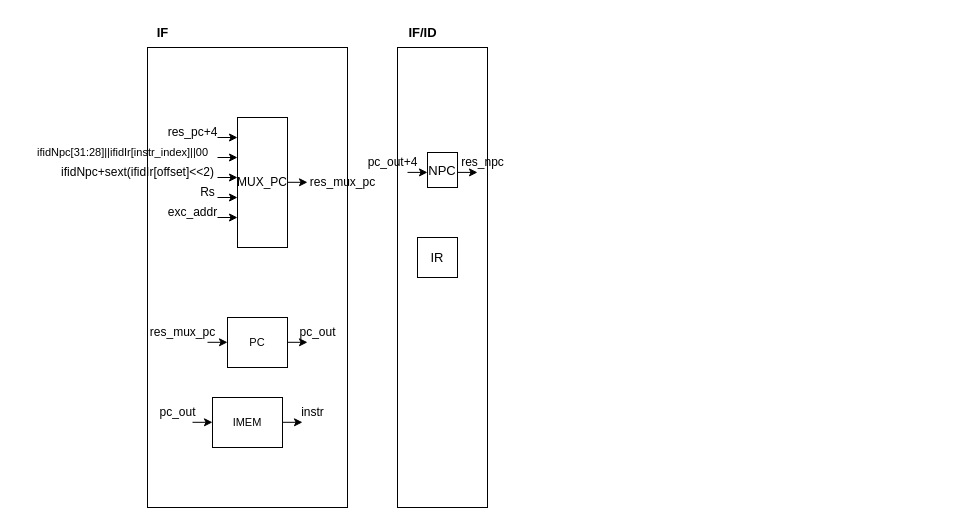
Before: 未命名绘图.drawio in Raxio-Z/VGA_Game, a draw.io diagram. Source tidied: cells renumbered, new cells numbered last; positions are measured from the earlier drawing's top-left corner, leaving out a move shared by most shapes. Both pictures are drawn from the tidied source at 100%, with x=0, y=0 at pixel (17, 17).
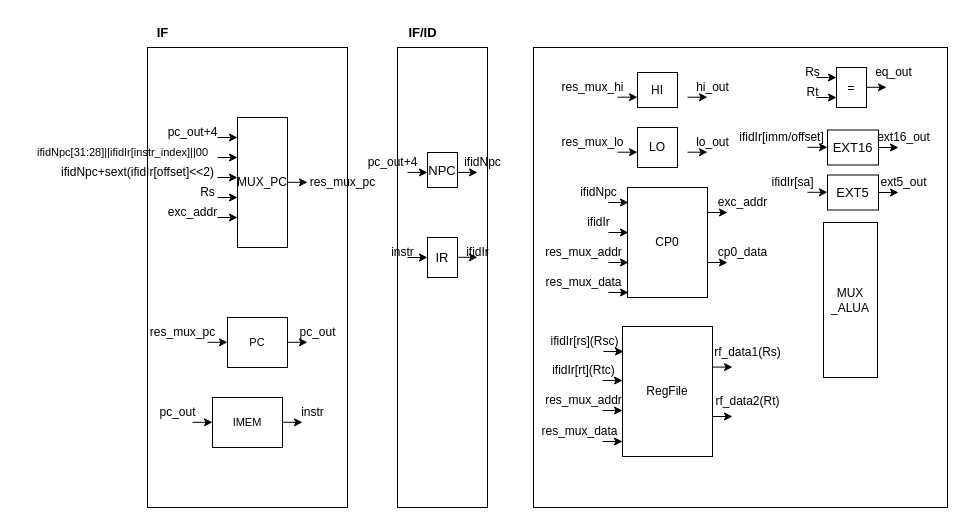
The same page after the edit.

Commit message (it also covers changes not shown here):
更新未命名绘图.drawio

Diff of the diagram source:
```diff
@@
-    <mxCell id="5" value="res_pc+4" style="text;html=1;align=center;verticalAlign=middle;fillColor=none;strokeColor=none;rounded=0;" parent="1" vertex="1">
+    <mxCell id="5" value="pc_out+4" style="text;html=1;align=center;verticalAlign=middle;fillColor=none;strokeColor=none;rounded=0;" parent="1" vertex="1">
       <mxGeometry x="140" y="100" width="70" height="30" as="geometry" />
     </mxCell>
@@
-    <mxCell id="33" value="res_npc" style="text;html=1;align=center;verticalAlign=middle;fillColor=none;strokeColor=none;rounded=0;" parent="1" vertex="1">
-      <mxGeometry x="430" y="130" width="70" height="30" as="geometry" />
+    <mxCell id="33" value="ifidNpc" style="text;html=1;align=center;verticalAlign=middle;fillColor=none;strokeColor=none;rounded=0;" parent="1" vertex="1">
+      <mxGeometry x="435" y="130" width="60" height="30" as="geometry" />
     </mxCell>
     <mxCell id="34" value="IR" style="rounded=0;whiteSpace=wrap;html=1;fontSize=13;" parent="1" vertex="1">
-      <mxGeometry x="400" y="220" width="40" height="40" as="geometry" />
+      <mxGeometry x="410" y="220" width="30" height="40" as="geometry" />
     </mxCell>
+    <mxCell id="35" style="edgeStyle=none;orthogonalLoop=1;jettySize=auto;html=1;rounded=0;" parent="1" edge="1">
+      <mxGeometry relative="1" as="geometry">
+        <mxPoint x="390" y="240" as="sourcePoint" />
+        <mxPoint x="410" y="240" as="targetPoint" />
+      </mxGeometry>
+    </mxCell>
+    <mxCell id="36" value="instr" style="text;html=1;align=center;verticalAlign=middle;fillColor=none;strokeColor=none;rounded=0;" parent="1" vertex="1">
+      <mxGeometry x="360" y="220" width="50" height="30" as="geometry" />
+    </mxCell>
+    <mxCell id="37" style="edgeStyle=none;orthogonalLoop=1;jettySize=auto;html=1;rounded=0;" parent="1" edge="1">
+      <mxGeometry relative="1" as="geometry">
+        <mxPoint x="440" y="239.8" as="sourcePoint" />
+        <mxPoint x="460" y="239.8" as="targetPoint" />
+      </mxGeometry>
+    </mxCell>
+    <mxCell id="38" value="ifidIr" style="text;html=1;align=center;verticalAlign=middle;fillColor=none;strokeColor=none;rounded=0;" parent="1" vertex="1">
+      <mxGeometry x="435" y="220" width="50" height="30" as="geometry" />
+    </mxCell>
+    <mxCell id="39" style="rounded=0;whiteSpace=wrap;html=1;" parent="1" vertex="1">
+      <mxGeometry x="516" y="30" width="414" height="460" as="geometry" />
+    </mxCell>
+    <mxCell id="40" value="=" style="rounded=0;whiteSpace=wrap;html=1;fontSize=13;" parent="1" vertex="1">
+      <mxGeometry x="819" y="50" width="30" height="40" as="geometry" />
+    </mxCell>
+    <mxCell id="41" style="edgeStyle=none;orthogonalLoop=1;jettySize=auto;html=1;rounded=0;" parent="1" edge="1">
+      <mxGeometry relative="1" as="geometry">
+        <mxPoint x="799" y="60" as="sourcePoint" />
+        <mxPoint x="819" y="60" as="targetPoint" />
+      </mxGeometry>
+    </mxCell>
+    <mxCell id="42" value="Rs" style="text;html=1;align=center;verticalAlign=middle;fillColor=none;strokeColor=none;rounded=0;" parent="1" vertex="1">
+      <mxGeometry x="775" y="40" width="40" height="30" as="geometry" />
+    </mxCell>
+    <mxCell id="43" style="edgeStyle=none;orthogonalLoop=1;jettySize=auto;html=1;rounded=0;" parent="1" edge="1">
+      <mxGeometry relative="1" as="geometry">
+        <mxPoint x="849" y="69.8" as="sourcePoint" />
+        <mxPoint x="869" y="69.8" as="targetPoint" />
+      </mxGeometry>
+    </mxCell>
+    <mxCell id="44" value="eq_out" style="text;html=1;align=center;verticalAlign=middle;fillColor=none;strokeColor=none;rounded=0;" parent="1" vertex="1">
+      <mxGeometry x="846" y="40" width="60" height="30" as="geometry" />
+    </mxCell>
+    <mxCell id="45" style="edgeStyle=none;orthogonalLoop=1;jettySize=auto;html=1;rounded=0;" parent="1" edge="1">
+      <mxGeometry relative="1" as="geometry">
+        <mxPoint x="799" y="80" as="sourcePoint" />
+        <mxPoint x="819" y="80" as="targetPoint" />
+      </mxGeometry>
+    </mxCell>
+    <mxCell id="46" value="Rt" style="text;html=1;align=center;verticalAlign=middle;fillColor=none;strokeColor=none;rounded=0;" parent="1" vertex="1">
+      <mxGeometry x="775" y="60" width="40" height="30" as="geometry" />
+    </mxCell>
+    <mxCell id="47" value="HI" style="rounded=0;whiteSpace=wrap;html=1;" parent="1" vertex="1">
+      <mxGeometry x="620" y="55" width="40" height="35" as="geometry" />
+    </mxCell>
+    <mxCell id="48" style="edgeStyle=none;orthogonalLoop=1;jettySize=auto;html=1;rounded=0;" parent="1" edge="1">
+      <mxGeometry relative="1" as="geometry">
+        <mxPoint x="600" y="79.7" as="sourcePoint" />
+        <mxPoint x="620" y="79.7" as="targetPoint" />
+      </mxGeometry>
+    </mxCell>
+    <mxCell id="49" value="res_mux_hi" style="text;html=1;align=center;verticalAlign=middle;fillColor=none;strokeColor=none;rounded=0;" parent="1" vertex="1">
+      <mxGeometry x="530" y="55" width="90" height="30" as="geometry" />
+    </mxCell>
+    <mxCell id="50" style="edgeStyle=none;orthogonalLoop=1;jettySize=auto;html=1;rounded=0;" parent="1" edge="1">
+      <mxGeometry relative="1" as="geometry">
+        <mxPoint x="670" y="79.7" as="sourcePoint" />
+        <mxPoint x="690" y="79.7" as="targetPoint" />
+      </mxGeometry>
+    </mxCell>
+    <mxCell id="51" value="hi_out" style="text;html=1;align=center;verticalAlign=middle;fillColor=none;strokeColor=none;rounded=0;" parent="1" vertex="1">
+      <mxGeometry x="665" y="55" width="60" height="30" as="geometry" />
+    </mxCell>
+    <mxCell id="52" value="LO" style="rounded=0;whiteSpace=wrap;html=1;" parent="1" vertex="1">
+      <mxGeometry x="620" y="110" width="40" height="40" as="geometry" />
+    </mxCell>
+    <mxCell id="53" style="edgeStyle=none;orthogonalLoop=1;jettySize=auto;html=1;rounded=0;" parent="1" edge="1">
+      <mxGeometry relative="1" as="geometry">
+        <mxPoint x="600" y="134.7" as="sourcePoint" />
+        <mxPoint x="620" y="134.7" as="targetPoint" />
+      </mxGeometry>
+    </mxCell>
+    <mxCell id="54" value="res_mux_lo" style="text;html=1;align=center;verticalAlign=middle;fillColor=none;strokeColor=none;rounded=0;" parent="1" vertex="1">
+      <mxGeometry x="530" y="110" width="90" height="30" as="geometry" />
+    </mxCell>
+    <mxCell id="55" style="edgeStyle=none;orthogonalLoop=1;jettySize=auto;html=1;rounded=0;" parent="1" edge="1">
+      <mxGeometry relative="1" as="geometry">
+        <mxPoint x="670" y="134.7" as="sourcePoint" />
+        <mxPoint x="690" y="134.7" as="targetPoint" />
+      </mxGeometry>
+    </mxCell>
+    <mxCell id="56" value="lo_out" style="text;html=1;align=center;verticalAlign=middle;fillColor=none;strokeColor=none;rounded=0;" parent="1" vertex="1">
+      <mxGeometry x="665" y="110" width="60" height="30" as="geometry" />
+    </mxCell>
+    <mxCell id="57" value="CP0" style="rounded=0;whiteSpace=wrap;html=1;" parent="1" vertex="1">
+      <mxGeometry x="610" y="170" width="80" height="110" as="geometry" />
+    </mxCell>
+    <mxCell id="58" value="ifidNpc" style="text;html=1;align=center;verticalAlign=middle;fillColor=none;strokeColor=none;rounded=0;" parent="1" vertex="1">
+      <mxGeometry x="551" y="160" width="60" height="30" as="geometry" />
+    </mxCell>
+    <mxCell id="59" style="edgeStyle=none;orthogonalLoop=1;jettySize=auto;html=1;rounded=0;" parent="1" edge="1">
+      <mxGeometry relative="1" as="geometry">
+        <mxPoint x="591" y="185" as="sourcePoint" />
+        <mxPoint x="611" y="185" as="targetPoint" />
+      </mxGeometry>
+    </mxCell>
+    <mxCell id="60" value="ifidIr" style="text;html=1;align=center;verticalAlign=middle;fillColor=none;strokeColor=none;rounded=0;" parent="1" vertex="1">
+      <mxGeometry x="556" y="190" width="50" height="30" as="geometry" />
+    </mxCell>
+    <mxCell id="61" style="edgeStyle=none;orthogonalLoop=1;jettySize=auto;html=1;rounded=0;" parent="1" edge="1">
+      <mxGeometry relative="1" as="geometry">
+        <mxPoint x="591" y="215" as="sourcePoint" />
+        <mxPoint x="611" y="215" as="targetPoint" />
+      </mxGeometry>
+    </mxCell>
+    <mxCell id="62" value="res_mux_addr" style="text;html=1;align=center;verticalAlign=middle;fillColor=none;strokeColor=none;rounded=0;" parent="1" vertex="1">
+      <mxGeometry x="516" y="220" width="100" height="30" as="geometry" />
+    </mxCell>
+    <mxCell id="63" style="edgeStyle=none;orthogonalLoop=1;jettySize=auto;html=1;rounded=0;" parent="1" edge="1">
+      <mxGeometry relative="1" as="geometry">
+        <mxPoint x="591" y="245" as="sourcePoint" />
+        <mxPoint x="611" y="245" as="targetPoint" />
+      </mxGeometry>
+    </mxCell>
+    <mxCell id="64" value="res_mux_data" style="text;html=1;align=center;verticalAlign=middle;fillColor=none;strokeColor=none;rounded=0;" parent="1" vertex="1">
+      <mxGeometry x="516" y="250" width="100" height="30" as="geometry" />
+    </mxCell>
+    <mxCell id="65" style="edgeStyle=none;orthogonalLoop=1;jettySize=auto;html=1;rounded=0;" parent="1" edge="1">
+      <mxGeometry relative="1" as="geometry">
+        <mxPoint x="591" y="275" as="sourcePoint" />
+        <mxPoint x="611" y="275" as="targetPoint" />
+      </mxGeometry>
+    </mxCell>
+    <mxCell id="66" value="exc_addr" style="text;html=1;align=center;verticalAlign=middle;fillColor=none;strokeColor=none;rounded=0;" parent="1" vertex="1">
+      <mxGeometry x="690" y="170" width="70" height="30" as="geometry" />
+    </mxCell>
+    <mxCell id="67" style="edgeStyle=none;orthogonalLoop=1;jettySize=auto;html=1;rounded=0;" parent="1" edge="1">
+      <mxGeometry relative="1" as="geometry">
+        <mxPoint x="690" y="195" as="sourcePoint" />
+        <mxPoint x="710" y="195" as="targetPoint" />
+      </mxGeometry>
+    </mxCell>
+    <mxCell id="68" value="cp0_data" style="text;html=1;align=center;verticalAlign=middle;fillColor=none;strokeColor=none;rounded=0;" parent="1" vertex="1">
+      <mxGeometry x="690" y="220" width="70" height="30" as="geometry" />
+    </mxCell>
+    <mxCell id="69" style="edgeStyle=none;orthogonalLoop=1;jettySize=auto;html=1;rounded=0;" parent="1" edge="1">
+      <mxGeometry relative="1" as="geometry">
+        <mxPoint x="690" y="245" as="sourcePoint" />
+        <mxPoint x="710" y="245" as="targetPoint" />
+      </mxGeometry>
+    </mxCell>
+    <mxCell id="70" value="RegFile" style="rounded=0;whiteSpace=wrap;html=1;" parent="1" vertex="1">
+      <mxGeometry x="605" y="309" width="90" height="130" as="geometry" />
+    </mxCell>
+    <mxCell id="71" value="ifidIr[rs](Rsc)" style="text;html=1;align=center;verticalAlign=middle;fillColor=none;strokeColor=none;rounded=0;" parent="1" vertex="1">
+      <mxGeometry x="522" y="309" width="90" height="30" as="geometry" />
+    </mxCell>
+    <mxCell id="72" style="edgeStyle=none;orthogonalLoop=1;jettySize=auto;html=1;rounded=0;" parent="1" edge="1">
+      <mxGeometry relative="1" as="geometry">
+        <mxPoint x="586" y="334" as="sourcePoint" />
+        <mxPoint x="606" y="334" as="targetPoint" />
+      </mxGeometry>
+    </mxCell>
+    <mxCell id="73" value="ifidIr[rt](Rtc)" style="text;html=1;align=center;verticalAlign=middle;fillColor=none;strokeColor=none;rounded=0;" parent="1" vertex="1">
+      <mxGeometry x="521" y="338" width="90" height="30" as="geometry" />
+    </mxCell>
+    <mxCell id="74" style="edgeStyle=none;orthogonalLoop=1;jettySize=auto;html=1;rounded=0;" parent="1" edge="1">
+      <mxGeometry relative="1" as="geometry">
+        <mxPoint x="585" y="363" as="sourcePoint" />
+        <mxPoint x="605" y="363" as="targetPoint" />
+      </mxGeometry>
+    </mxCell>
+    <mxCell id="75" value="res_mux_addr" style="text;html=1;align=center;verticalAlign=middle;fillColor=none;strokeColor=none;rounded=0;" parent="1" vertex="1">
+      <mxGeometry x="516" y="368" width="100" height="30" as="geometry" />
+    </mxCell>
+    <mxCell id="76" style="edgeStyle=none;orthogonalLoop=1;jettySize=auto;html=1;rounded=0;" parent="1" edge="1">
+      <mxGeometry relative="1" as="geometry">
+        <mxPoint x="585" y="393" as="sourcePoint" />
+        <mxPoint x="605" y="393" as="targetPoint" />
+      </mxGeometry>
+    </mxCell>
+    <mxCell id="77" value="res_mux_data" style="text;html=1;align=center;verticalAlign=middle;fillColor=none;strokeColor=none;rounded=0;" parent="1" vertex="1">
+      <mxGeometry x="512" y="399" width="100" height="30" as="geometry" />
+    </mxCell>
+    <mxCell id="78" style="edgeStyle=none;orthogonalLoop=1;jettySize=auto;html=1;rounded=0;" parent="1" edge="1">
+      <mxGeometry relative="1" as="geometry">
+        <mxPoint x="585" y="424" as="sourcePoint" />
+        <mxPoint x="605" y="424" as="targetPoint" />
+      </mxGeometry>
+    </mxCell>
+    <mxCell id="79" value="rf_data1(Rs)" style="text;html=1;align=center;verticalAlign=middle;fillColor=none;strokeColor=none;rounded=0;" parent="1" vertex="1">
+      <mxGeometry x="685" y="320" width="90" height="30" as="geometry" />
+    </mxCell>
+    <mxCell id="80" style="edgeStyle=none;orthogonalLoop=1;jettySize=auto;html=1;rounded=0;" parent="1" edge="1">
+      <mxGeometry relative="1" as="geometry">
+        <mxPoint x="695" y="349.6" as="sourcePoint" />
+        <mxPoint x="715" y="349.6" as="targetPoint" />
+      </mxGeometry>
+    </mxCell>
+    <mxCell id="81" value="rf_data2(Rt)" style="text;html=1;align=center;verticalAlign=middle;fillColor=none;strokeColor=none;rounded=0;" parent="1" vertex="1">
+      <mxGeometry x="685" y="369" width="90" height="30" as="geometry" />
+    </mxCell>
+    <mxCell id="82" style="edgeStyle=none;orthogonalLoop=1;jettySize=auto;html=1;rounded=0;" parent="1" edge="1">
+      <mxGeometry relative="1" as="geometry">
+        <mxPoint x="695" y="399" as="sourcePoint" />
+        <mxPoint x="715" y="399" as="targetPoint" />
+      </mxGeometry>
+    </mxCell>
+    <mxCell id="83" value="EXT16" style="rounded=0;whiteSpace=wrap;html=1;fontSize=13;" parent="1" vertex="1">
+      <mxGeometry x="810" y="112.5" width="51" height="35" as="geometry" />
+    </mxCell>
+    <mxCell id="84" style="edgeStyle=none;orthogonalLoop=1;jettySize=auto;html=1;rounded=0;" parent="1" edge="1">
+      <mxGeometry relative="1" as="geometry">
+        <mxPoint x="861" y="130" as="sourcePoint" />
+        <mxPoint x="881" y="130" as="targetPoint" />
+      </mxGeometry>
+    </mxCell>
+    <mxCell id="85" value="ext16_out" style="text;html=1;align=center;verticalAlign=middle;fillColor=none;strokeColor=none;rounded=0;" parent="1" vertex="1">
+      <mxGeometry x="846" y="105" width="80" height="30" as="geometry" />
+    </mxCell>
+    <mxCell id="86" style="edgeStyle=none;orthogonalLoop=1;jettySize=auto;html=1;rounded=0;" parent="1" edge="1">
+      <mxGeometry relative="1" as="geometry">
+        <mxPoint x="790" y="129.8" as="sourcePoint" />
+        <mxPoint x="810" y="129.8" as="targetPoint" />
+      </mxGeometry>
+    </mxCell>
+    <mxCell id="87" value="ifidIr[imm/offset]" style="text;html=1;align=center;verticalAlign=middle;fillColor=none;strokeColor=none;rounded=0;" parent="1" vertex="1">
+      <mxGeometry x="709" y="105" width="110" height="30" as="geometry" />
+    </mxCell>
+    <mxCell id="88" value="EXT5" style="rounded=0;whiteSpace=wrap;html=1;fontSize=13;" parent="1" vertex="1">
+      <mxGeometry x="810" y="157.5" width="51" height="35" as="geometry" />
+    </mxCell>
+    <mxCell id="89" style="edgeStyle=none;orthogonalLoop=1;jettySize=auto;html=1;rounded=0;" parent="1" edge="1">
+      <mxGeometry relative="1" as="geometry">
+        <mxPoint x="861" y="175" as="sourcePoint" />
+        <mxPoint x="881" y="175" as="targetPoint" />
+      </mxGeometry>
+    </mxCell>
+    <mxCell id="90" value="ext5_out" style="text;html=1;align=center;verticalAlign=middle;fillColor=none;strokeColor=none;rounded=0;" parent="1" vertex="1">
+      <mxGeometry x="851" y="150" width="70" height="30" as="geometry" />
+    </mxCell>
+    <mxCell id="91" style="edgeStyle=none;orthogonalLoop=1;jettySize=auto;html=1;rounded=0;" parent="1" edge="1">
+      <mxGeometry relative="1" as="geometry">
+        <mxPoint x="790" y="174.8" as="sourcePoint" />
+        <mxPoint x="810" y="174.8" as="targetPoint" />
+      </mxGeometry>
+    </mxCell>
+    <mxCell id="92" value="ifidIr[sa]" style="text;html=1;align=center;verticalAlign=middle;fillColor=none;strokeColor=none;rounded=0;" parent="1" vertex="1">
+      <mxGeometry x="740" y="150" width="70" height="30" as="geometry" />
+    </mxCell>
+    <mxCell id="93" value="MUX&lt;br&gt;_ALUA" style="rounded=0;whiteSpace=wrap;html=1;" parent="1" vertex="1">
+      <mxGeometry x="806" y="205" width="54" height="155" as="geometry" />
+    </mxCell>
```
